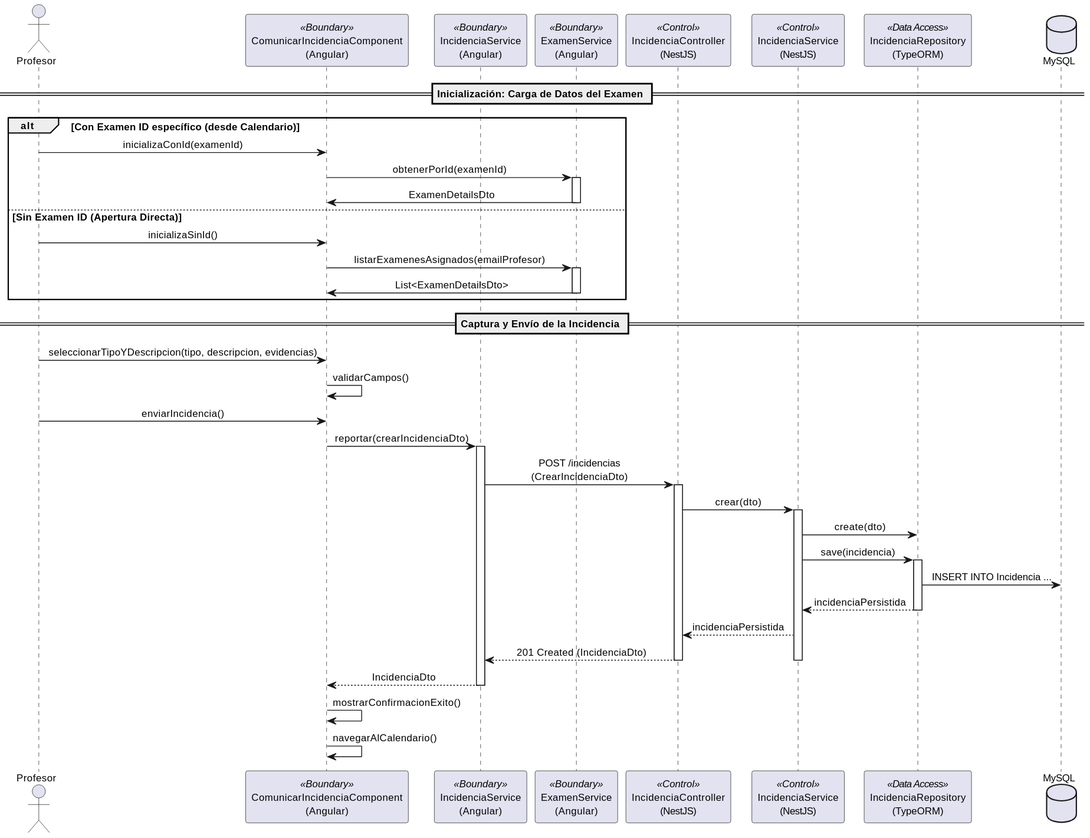
This is images/02-diseño/casos-uso/comunicarIncidenciasHorario/secuencia.svg from carlos-alvarado-25/25-26-idsw2-sdVC, a PlantUML export, as it was before one commit.
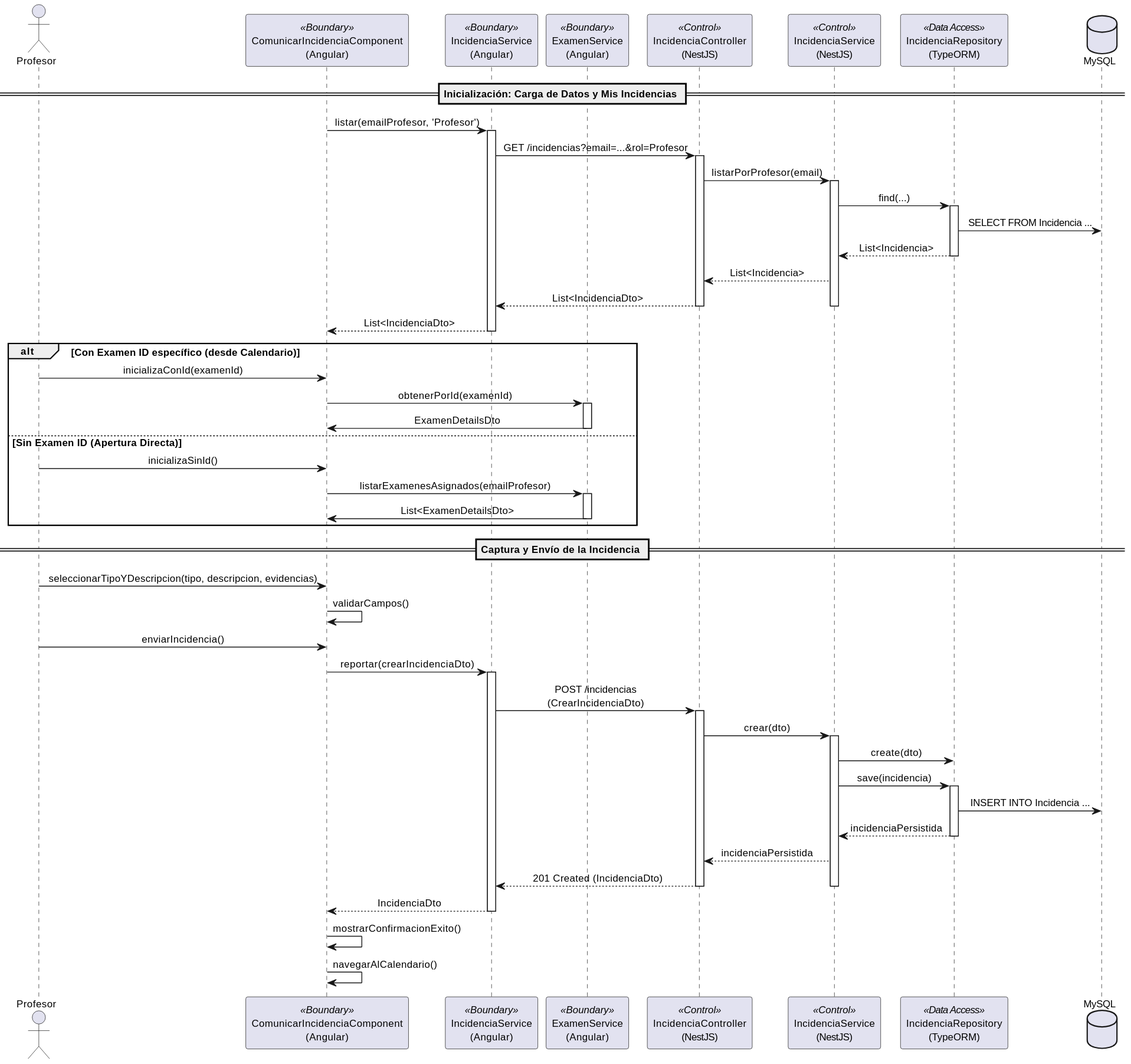
After the commit.

The edit, as a diff of the source:
```diff
@@ -14,7 +14,25 @@
 participant "IncidenciaRepository\n(TypeORM)" as Repo <<Data Access>>
 database "MySQL" as DB
 
-== Inicialización: Carga de Datos del Examen ==
+== Inicialización: Carga de Datos y Mis Incidencias ==
+UI -> UISrv : listar(emailProfesor, 'Profesor')
+activate UISrv
+UISrv -> Ctrl : GET /incidencias?email=...&rol=Profesor
+activate Ctrl
+Ctrl -> Srv : listarPorProfesor(email)
+activate Srv
+Srv -> Repo : find(...)
+activate Repo
+Repo -> DB : SELECT FROM Incidencia ...
+Repo --> Srv : List<Incidencia>
+deactivate Repo
+Srv --> Ctrl : List<Incidencia>
+Ctrl --> UISrv : List<IncidenciaDto>
+deactivate Srv
+deactivate Ctrl
+UISrv --> UI : List<IncidenciaDto>
+deactivate UISrv
+
 alt Con Examen ID específico (desde Calendario)
     Actor -> UI : inicializaConId(examenId)
     UI -> UISrvEx : obtenerPorId(examenId)
```
